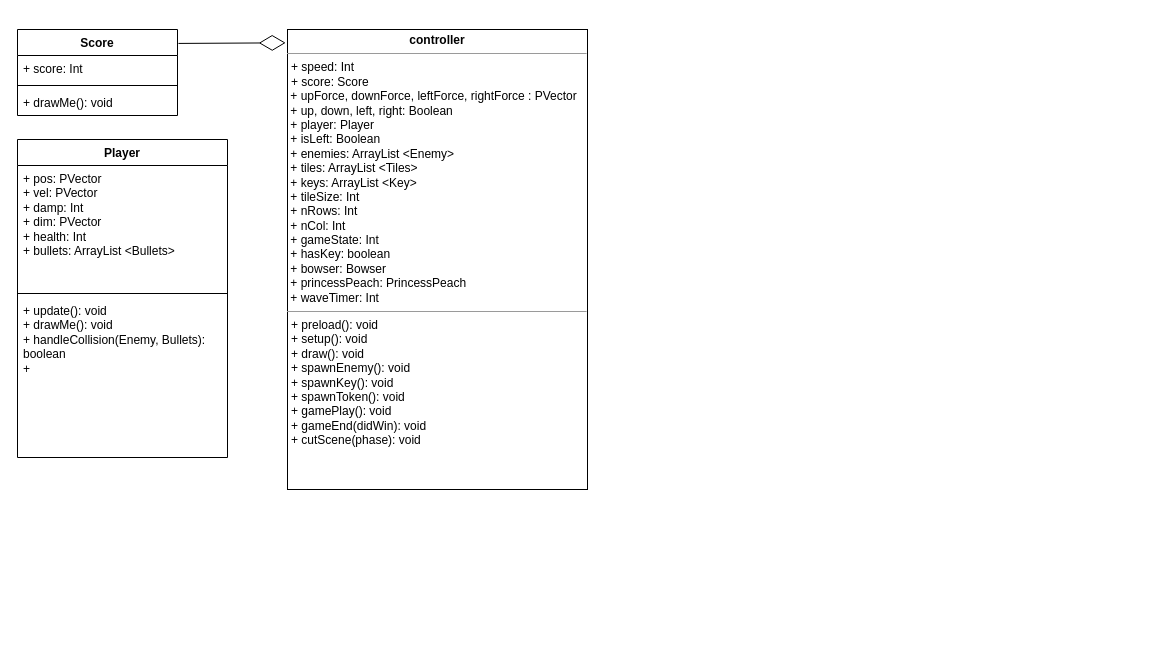
Before: Untitled Diagram.drawio in harjotsk03/wireframeTest, a draw.io diagram. Source tidied: cells renumbered, new cells numbered last; positions are measured from the earlier drawing's top-left corner, leaving out a move shared by most shapes. Both pictures are drawn from the tidied source at 100%, with x=0, y=0 at pixel (17, 29).
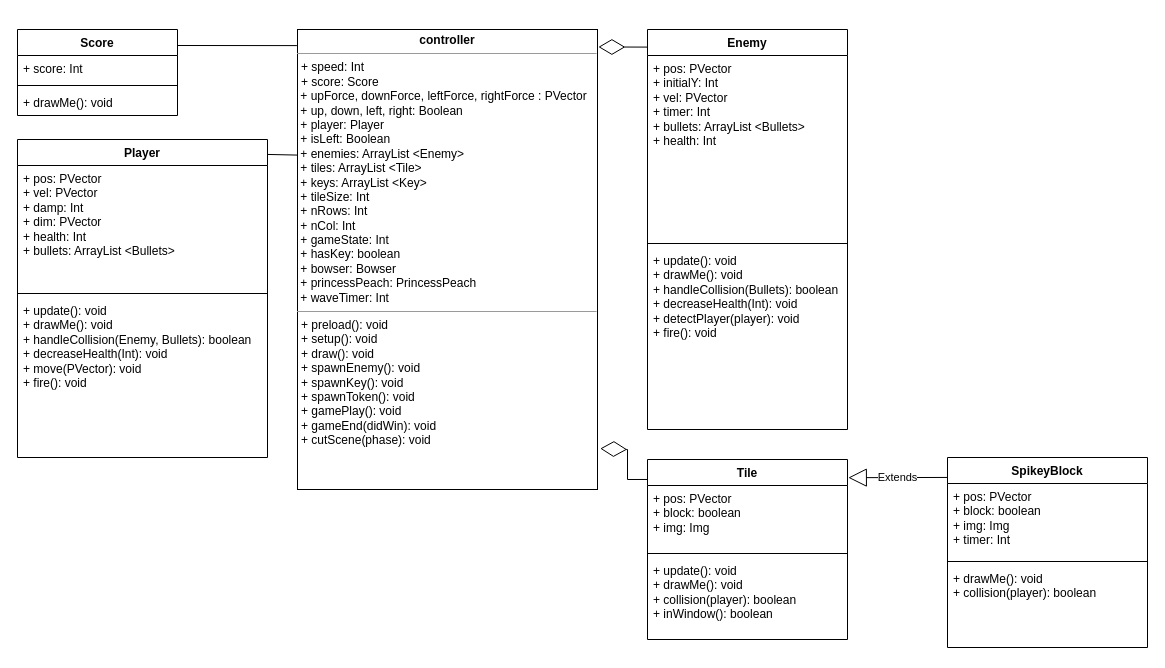
The same diagram, later.

Commit message:
add tile class and spikeyblock subclass

Unchanged cells that the change refers to:
```xml
<mxCell id="3" value="Score" style="swimlane;fontStyle=1;align=center;verticalAlign=top;horizontal=1;startSize=26;whiteSpace=wrap;html=1;" parent="1" vertex="1">
  <mxGeometry width="160" height="86" as="geometry" />
</mxCell>
```

Diff of the diagram source:
```diff
@@
-    <mxCell id="2" value="&lt;p style=&quot;margin:0px;margin-top:4px;text-align:center;&quot;&gt;&lt;b&gt;controller&lt;/b&gt;&lt;/p&gt;&lt;hr size=&quot;1&quot;&gt;&lt;p style=&quot;margin:0px;margin-left:4px;&quot;&gt;+ speed: Int&lt;br&gt;+ score: Score&lt;/p&gt;&amp;nbsp;+ upForce, downForce, leftForce, rightForce : PVector&lt;div&gt;&amp;nbsp;+ up, down, left, right: Boolean&lt;/div&gt;&lt;div&gt;&amp;nbsp;+ player: Player&lt;/div&gt;&lt;div&gt;&amp;nbsp;+ isLeft: Boolean&lt;/div&gt;&lt;div&gt;&amp;nbsp;&lt;span style=&quot;background-color: initial;&quot;&gt;+ enemies: ArrayList &amp;lt;Enemy&amp;gt;&lt;/span&gt;&lt;/div&gt;&lt;div&gt;&amp;nbsp;+ tiles: ArrayList &amp;lt;Tiles&amp;gt;&lt;span style=&quot;background-color: initial;&quot;&gt;&lt;br&gt;&lt;/span&gt;&lt;/div&gt;&lt;div&gt;&amp;nbsp;+ keys: ArrayList &amp;lt;Key&amp;gt;&lt;br&gt;&lt;/div&gt;&lt;div&gt;&amp;nbsp;+ tileSize: Int&lt;br&gt;&lt;/div&gt;&lt;div&gt;&amp;nbsp;+ nRows: Int&lt;/div&gt;&lt;div&gt;&amp;nbsp;+ nCol: Int&lt;/div&gt;&lt;div&gt;&amp;nbsp;+ gameState: Int&lt;/div&gt;&lt;div&gt;&amp;nbsp;+ hasKey: boolean&lt;/div&gt;&lt;div&gt;&amp;nbsp;+ bowser: Bowser&lt;/div&gt;&lt;div&gt;&amp;nbsp;+ princessPeach: PrincessPeach&lt;/div&gt;&lt;div&gt;&amp;nbsp;+ waveTimer: Int&lt;/div&gt;&lt;div&gt;&lt;hr size=&quot;1&quot;&gt;&lt;p style=&quot;margin:0px;margin-left:4px;&quot;&gt;+ preload(): void&lt;/p&gt;&lt;p style=&quot;margin:0px;margin-left:4px;&quot;&gt;+ setup(): void&lt;/p&gt;&lt;p style=&quot;margin:0px;margin-left:4px;&quot;&gt;+ draw(): void&lt;/p&gt;&lt;p style=&quot;margin:0px;margin-left:4px;&quot;&gt;+ spawnEnemy(): void&lt;/p&gt;&lt;p style=&quot;margin:0px;margin-left:4px;&quot;&gt;+ spawnKey(): void&lt;/p&gt;&lt;p style=&quot;margin:0px;margin-left:4px;&quot;&gt;+ spawnToken(): void&lt;/p&gt;&lt;p style=&quot;margin:0px;margin-left:4px;&quot;&gt;+ gamePlay(): void&lt;/p&gt;&lt;p style=&quot;margin:0px;margin-left:4px;&quot;&gt;+ gameEnd(didWin): void&lt;/p&gt;&lt;p style=&quot;margin:0px;margin-left:4px;&quot;&gt;+ cutScene(phase): void&lt;/p&gt;&lt;p style=&quot;margin:0px;margin-left:4px;&quot;&gt;&lt;br&gt;&lt;/p&gt;&lt;/div&gt;" style="verticalAlign=top;align=left;overflow=fill;fontSize=12;fontFamily=Helvetica;html=1;rounded=0;shadow=0;comic=0;labelBackgroundColor=none;strokeWidth=1;" parent="1" vertex="1">
-      <mxGeometry x="270" width="300" height="460" as="geometry" />
+    <mxCell id="2" value="&lt;p style=&quot;margin:0px;margin-top:4px;text-align:center;&quot;&gt;&lt;b&gt;controller&lt;/b&gt;&lt;/p&gt;&lt;hr size=&quot;1&quot;&gt;&lt;p style=&quot;margin:0px;margin-left:4px;&quot;&gt;+ speed: Int&lt;br&gt;+ score: Score&lt;/p&gt;&amp;nbsp;+ upForce, downForce, leftForce, rightForce : PVector&lt;div&gt;&amp;nbsp;+ up, down, left, right: Boolean&lt;/div&gt;&lt;div&gt;&amp;nbsp;+ player: Player&lt;/div&gt;&lt;div&gt;&amp;nbsp;+ isLeft: Boolean&lt;/div&gt;&lt;div&gt;&amp;nbsp;&lt;span style=&quot;background-color: initial;&quot;&gt;+ enemies: ArrayList &amp;lt;Enemy&amp;gt;&lt;/span&gt;&lt;/div&gt;&lt;div&gt;&amp;nbsp;+ tiles: ArrayList &amp;lt;Tile&amp;gt;&lt;span style=&quot;background-color: initial;&quot;&gt;&lt;br&gt;&lt;/span&gt;&lt;/div&gt;&lt;div&gt;&amp;nbsp;+ keys: ArrayList &amp;lt;Key&amp;gt;&lt;br&gt;&lt;/div&gt;&lt;div&gt;&amp;nbsp;+ tileSize: Int&lt;br&gt;&lt;/div&gt;&lt;div&gt;&amp;nbsp;+ nRows: Int&lt;/div&gt;&lt;div&gt;&amp;nbsp;+ nCol: Int&lt;/div&gt;&lt;div&gt;&amp;nbsp;+ gameState: Int&lt;/div&gt;&lt;div&gt;&amp;nbsp;+ hasKey: boolean&lt;/div&gt;&lt;div&gt;&amp;nbsp;+ bowser: Bowser&lt;/div&gt;&lt;div&gt;&amp;nbsp;+ princessPeach: PrincessPeach&lt;/div&gt;&lt;div&gt;&amp;nbsp;+ waveTimer: Int&lt;/div&gt;&lt;div&gt;&lt;hr size=&quot;1&quot;&gt;&lt;p style=&quot;margin:0px;margin-left:4px;&quot;&gt;+ preload(): void&lt;/p&gt;&lt;p style=&quot;margin:0px;margin-left:4px;&quot;&gt;+ setup(): void&lt;/p&gt;&lt;p style=&quot;margin:0px;margin-left:4px;&quot;&gt;+ draw(): void&lt;/p&gt;&lt;p style=&quot;margin:0px;margin-left:4px;&quot;&gt;+ spawnEnemy(): void&lt;/p&gt;&lt;p style=&quot;margin:0px;margin-left:4px;&quot;&gt;+ spawnKey(): void&lt;/p&gt;&lt;p style=&quot;margin:0px;margin-left:4px;&quot;&gt;+ spawnToken(): void&lt;/p&gt;&lt;p style=&quot;margin:0px;margin-left:4px;&quot;&gt;+ gamePlay(): void&lt;/p&gt;&lt;p style=&quot;margin:0px;margin-left:4px;&quot;&gt;+ gameEnd(didWin): void&lt;/p&gt;&lt;p style=&quot;margin:0px;margin-left:4px;&quot;&gt;+ cutScene(phase): void&lt;/p&gt;&lt;p style=&quot;margin:0px;margin-left:4px;&quot;&gt;&lt;br&gt;&lt;/p&gt;&lt;/div&gt;" style="verticalAlign=top;align=left;overflow=fill;fontSize=12;fontFamily=Helvetica;html=1;rounded=0;shadow=0;comic=0;labelBackgroundColor=none;strokeWidth=1;" parent="1" vertex="1">
+      <mxGeometry x="280" width="300" height="460" as="geometry" />
     </mxCell>
@@
-    <mxCell id="7" style="endArrow=diamondThin;endFill=0;endSize=24;html=1;rounded=0;exitX=1.006;exitY=0.162;exitDx=0;exitDy=0;exitPerimeter=0;entryX=-0.006;entryY=0.029;entryDx=0;entryDy=0;entryPerimeter=0;" parent="1" edge="1" source="3" target="2">
-      <mxGeometry relative="1" as="geometry" />
-    </mxCell>
     <mxCell id="8" value="Player" style="swimlane;fontStyle=1;align=center;verticalAlign=top;horizontal=1;startSize=26;whiteSpace=wrap;html=1;" parent="1" vertex="1">
-      <mxGeometry y="110" width="210" height="318" as="geometry" />
+      <mxGeometry y="110" width="250" height="318" as="geometry" />
     </mxCell>
     <mxCell id="9" value="+ pos: PVector&lt;div&gt;+ vel: PVector&lt;br&gt;&lt;/div&gt;&lt;div&gt;+ damp: Int&lt;/div&gt;&lt;div&gt;+ dim: PVector&lt;/div&gt;&lt;div&gt;+ health: Int&lt;/div&gt;&lt;div&gt;+ bullets: ArrayList &amp;lt;Bullets&amp;gt;&lt;/div&gt;" style="text;strokeColor=none;fillColor=none;align=left;verticalAlign=top;spacingLeft=4;spacingRight=4;overflow=hidden;whiteSpace=wrap;html=1;" parent="8" vertex="1">
-      <mxGeometry y="26" width="210" height="124" as="geometry" />
+      <mxGeometry y="26" width="250" height="124" as="geometry" />
     </mxCell>
     <mxCell id="10" style="line;strokeWidth=1;fillColor=none;align=left;verticalAlign=middle;spacingTop=-1;spacingLeft=3;spacingRight=3;labelPosition=right;strokeColor=inherit;" parent="8" vertex="1">
-      <mxGeometry y="150" width="210" height="8" as="geometry" />
+      <mxGeometry y="150" width="250" height="8" as="geometry" />
     </mxCell>
-    <mxCell id="11" value="+ update(): void&lt;div&gt;+ drawMe(): void&lt;div&gt;+ handleCollision(Enemy, Bullets): boolean&lt;/div&gt;&lt;/div&gt;&lt;div&gt;+&amp;nbsp;&lt;/div&gt;" style="text;strokeColor=none;fillColor=none;align=left;verticalAlign=top;spacingLeft=4;spacingRight=4;overflow=hidden;whiteSpace=wrap;html=1;" parent="8" vertex="1">
-      <mxGeometry y="158" width="210" height="160" as="geometry" />
+    <mxCell id="11" value="+ update(): void&lt;div&gt;+ drawMe(): void&lt;div&gt;+ handleCollision(Enemy, Bullets): boolean&lt;/div&gt;&lt;/div&gt;&lt;div&gt;+ decreaseHealth(Int): void&lt;/div&gt;&lt;div&gt;+ move(PVector): void&lt;/div&gt;&lt;div&gt;+ fire(): void&lt;/div&gt;&lt;div&gt;&lt;br&gt;&lt;/div&gt;" style="text;strokeColor=none;fillColor=none;align=left;verticalAlign=top;spacingLeft=4;spacingRight=4;overflow=hidden;whiteSpace=wrap;html=1;" parent="8" vertex="1">
+      <mxGeometry y="158" width="250" height="160" as="geometry" />
     </mxCell>
+    <mxCell id="12" style="endArrow=none;html=1;rounded=0;entryX=-0.002;entryY=0.035;entryDx=0;entryDy=0;entryPerimeter=0;" parent="1" edge="1" target="2">
+      <mxGeometry relative="1" as="geometry">
+        <mxPoint x="160" y="16" as="sourcePoint" />
+      </mxGeometry>
+    </mxCell>
+    <mxCell id="13" style="endArrow=none;html=1;rounded=0;exitX=1;exitY=0.047;exitDx=0;exitDy=0;exitPerimeter=0;entryX=0;entryY=0.273;entryDx=0;entryDy=0;entryPerimeter=0;" parent="1" edge="1" source="8" target="2">
+      <mxGeometry relative="1" as="geometry" />
+    </mxCell>
+    <mxCell id="14" value="Enemy" style="swimlane;fontStyle=1;align=center;verticalAlign=top;horizontal=1;startSize=26;whiteSpace=wrap;html=1;" parent="1" vertex="1">
+      <mxGeometry x="630" width="200" height="400" as="geometry" />
+    </mxCell>
+    <mxCell id="15" value="+ pos: PVector&lt;div&gt;+ initialY: Int&lt;/div&gt;&lt;div&gt;+ vel: PVector&lt;/div&gt;&lt;div&gt;+ timer: Int&lt;/div&gt;&lt;div&gt;+ bullets: ArrayList &amp;lt;Bullets&amp;gt;&lt;/div&gt;&lt;div&gt;+ health: Int&lt;/div&gt;" style="text;strokeColor=none;fillColor=none;align=left;verticalAlign=top;spacingLeft=4;spacingRight=4;overflow=hidden;whiteSpace=wrap;html=1;" parent="14" vertex="1">
+      <mxGeometry y="26" width="200" height="184" as="geometry" />
+    </mxCell>
+    <mxCell id="16" style="line;strokeWidth=1;fillColor=none;align=left;verticalAlign=middle;spacingTop=-1;spacingLeft=3;spacingRight=3;labelPosition=right;strokeColor=inherit;" parent="14" vertex="1">
+      <mxGeometry y="210" width="200" height="8" as="geometry" />
+    </mxCell>
+    <mxCell id="17" value="+ update(): void&lt;div&gt;+ drawMe(): void&lt;/div&gt;&lt;div&gt;+ handleCollision(Bullets): boolean&lt;/div&gt;&lt;div&gt;+ decreaseHealth(Int): void&lt;/div&gt;&lt;div&gt;+ detectPlayer(player): void&lt;/div&gt;&lt;div&gt;+ fire(): void&lt;/div&gt;" style="text;strokeColor=none;fillColor=none;align=left;verticalAlign=top;spacingLeft=4;spacingRight=4;overflow=hidden;whiteSpace=wrap;html=1;" parent="14" vertex="1">
+      <mxGeometry y="218" width="200" height="182" as="geometry" />
+    </mxCell>
+    <mxCell id="18" style="endArrow=diamondThin;endFill=0;endSize=24;html=1;rounded=0;exitX=0;exitY=0.044;exitDx=0;exitDy=0;exitPerimeter=0;entryX=1.003;entryY=0.038;entryDx=0;entryDy=0;entryPerimeter=0;" parent="1" edge="1" source="14" target="2">
+      <mxGeometry relative="1" as="geometry" />
+    </mxCell>
+    <mxCell id="19" value="Tile" style="swimlane;fontStyle=1;align=center;verticalAlign=top;horizontal=1;startSize=26;whiteSpace=wrap;html=1;" parent="1" vertex="1">
+      <mxGeometry x="630" y="430" width="200" height="180" as="geometry" />
+    </mxCell>
+    <mxCell id="20" value="+ pos: PVector&lt;div&gt;+ block: boolean&lt;/div&gt;&lt;div&gt;+ img: Img&lt;/div&gt;" style="text;strokeColor=none;fillColor=none;align=left;verticalAlign=top;spacingLeft=4;spacingRight=4;overflow=hidden;whiteSpace=wrap;html=1;" parent="19" vertex="1">
+      <mxGeometry y="26" width="200" height="64" as="geometry" />
+    </mxCell>
+    <mxCell id="21" style="line;strokeWidth=1;fillColor=none;align=left;verticalAlign=middle;spacingTop=-1;spacingLeft=3;spacingRight=3;labelPosition=right;strokeColor=inherit;" parent="19" vertex="1">
+      <mxGeometry y="90" width="200" height="8" as="geometry" />
+    </mxCell>
+    <mxCell id="22" value="+ update(): void&lt;div&gt;+ drawMe(): void&lt;/div&gt;&lt;div&gt;+ collision(player): boolean&lt;/div&gt;&lt;div&gt;+ inWindow(): boolean&lt;/div&gt;" style="text;strokeColor=none;fillColor=none;align=left;verticalAlign=top;spacingLeft=4;spacingRight=4;overflow=hidden;whiteSpace=wrap;html=1;" parent="19" vertex="1">
+      <mxGeometry y="98" width="200" height="82" as="geometry" />
+    </mxCell>
+    <mxCell id="23" style="endArrow=diamondThin;endFill=0;endSize=24;html=1;rounded=0;exitX=0;exitY=0.111;exitDx=0;exitDy=0;exitPerimeter=0;entryX=1.009;entryY=0.911;entryDx=0;entryDy=0;entryPerimeter=0;" parent="1" edge="1" source="19" target="2">
+      <mxGeometry relative="1" as="geometry">
+        <Array as="points">
+          <mxPoint x="610" y="450" />
+          <mxPoint x="610" y="420" />
+        </Array>
+      </mxGeometry>
+    </mxCell>
+    <mxCell id="24" value="SpikeyBlock" style="swimlane;fontStyle=1;align=center;verticalAlign=top;horizontal=1;startSize=26;whiteSpace=wrap;html=1;" parent="1" vertex="1">
+      <mxGeometry x="930" y="428" width="200" height="190" as="geometry" />
+    </mxCell>
+    <mxCell id="25" value="+ pos: PVector&lt;div&gt;+ block: boolean&lt;/div&gt;&lt;div&gt;+ img: Img&lt;/div&gt;&lt;div&gt;+ timer: Int&lt;/div&gt;" style="text;strokeColor=none;fillColor=none;align=left;verticalAlign=top;spacingLeft=4;spacingRight=4;overflow=hidden;whiteSpace=wrap;html=1;" parent="24" vertex="1">
+      <mxGeometry y="26" width="200" height="74" as="geometry" />
+    </mxCell>
+    <mxCell id="26" style="line;strokeWidth=1;fillColor=none;align=left;verticalAlign=middle;spacingTop=-1;spacingLeft=3;spacingRight=3;labelPosition=right;strokeColor=inherit;" parent="24" vertex="1">
+      <mxGeometry y="100" width="200" height="8" as="geometry" />
+    </mxCell>
+    <mxCell id="27" value="&lt;div&gt;+ drawMe(): void&lt;/div&gt;&lt;div&gt;+ collision(player): boolean&lt;/div&gt;" style="text;strokeColor=none;fillColor=none;align=left;verticalAlign=top;spacingLeft=4;spacingRight=4;overflow=hidden;whiteSpace=wrap;html=1;" parent="24" vertex="1">
+      <mxGeometry y="108" width="200" height="82" as="geometry" />
+    </mxCell>
+    <mxCell id="28" value="Extends" style="endArrow=block;endSize=16;endFill=0;html=1;rounded=0;exitX=0.001;exitY=0.105;exitDx=0;exitDy=0;exitPerimeter=0;entryX=1.004;entryY=0.101;entryDx=0;entryDy=0;entryPerimeter=0;" parent="1" edge="1" source="24" target="19">
+      <mxGeometry relative="1" as="geometry" />
+    </mxCell>
```
